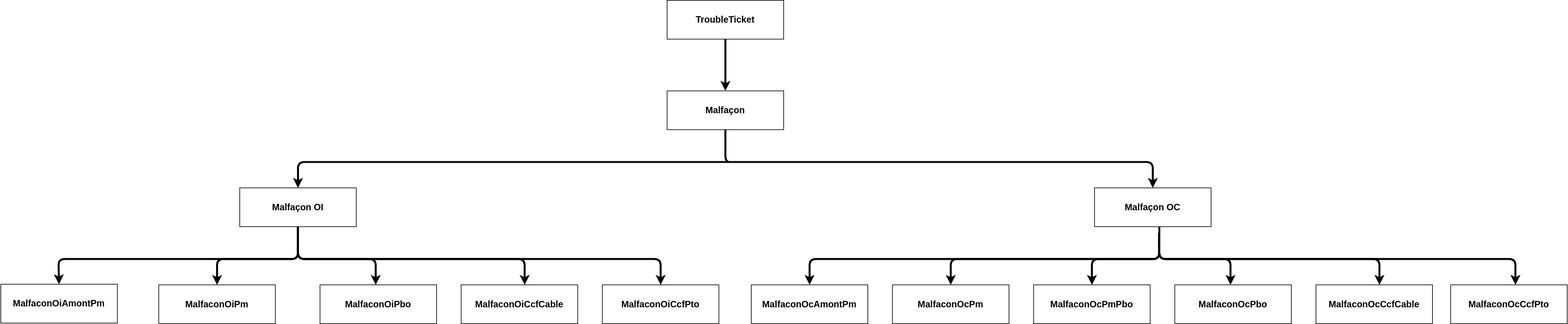
before-interop/malfacon keeps this draw.io diagram as type.drawio.svg. Above is the earlier version. Source tidied: cells renumbered, new cells last; positions are measured from the earlier drawing's top-left corner, leaving out a move shared by most shapes.
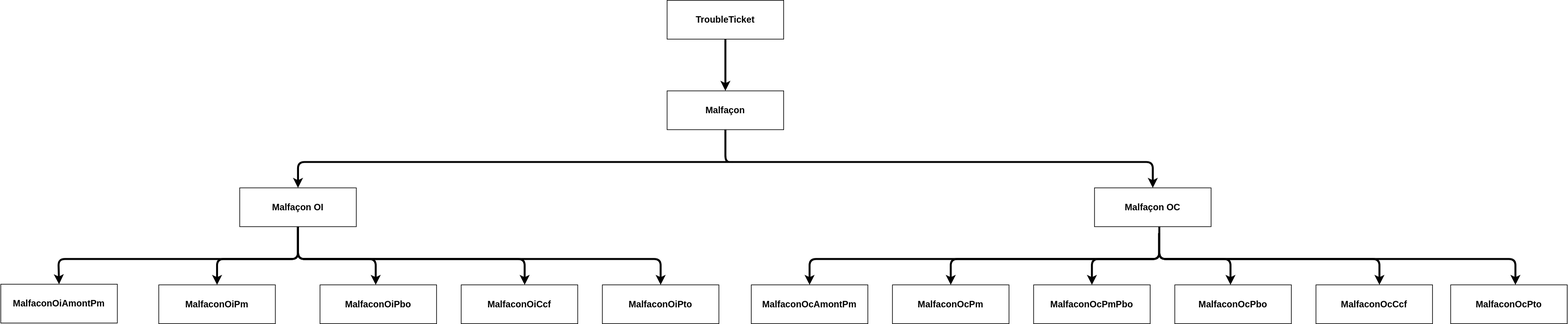
After the commit.

Commit message:
changes MalfaconOiCcf, MalfaconOiPto

The edit, as a diff of the source:
```diff
@@ -29,10 +29,10 @@
     <mxCell id="8" value="MalfaconOiPbo" style="rounded=0;whiteSpace=wrap;html=1;fontStyle=1;fontSize=14;" parent="1" vertex="1">
       <mxGeometry x="493" y="440" width="180" height="60" as="geometry" />
     </mxCell>
-    <mxCell id="9" value="MalfaconOiCcfCable" style="rounded=0;whiteSpace=wrap;html=1;fontStyle=1;fontSize=14;" parent="1" vertex="1">
+    <mxCell id="9" value="MalfaconOiCcf" style="rounded=0;whiteSpace=wrap;html=1;fontStyle=1;fontSize=14;" parent="1" vertex="1">
       <mxGeometry x="711" y="440" width="180" height="60" as="geometry" />
     </mxCell>
-    <mxCell id="10" value="MalfaconOiCcfPto" style="rounded=0;whiteSpace=wrap;html=1;fontStyle=1;fontSize=14;" parent="1" vertex="1">
+    <mxCell id="10" value="MalfaconOiPto" style="rounded=0;whiteSpace=wrap;html=1;fontStyle=1;fontSize=14;" parent="1" vertex="1">
       <mxGeometry x="929" y="440" width="180" height="60" as="geometry" />
     </mxCell>
     <mxCell id="11" style="edgeStyle=orthogonalEdgeStyle;html=1;strokeWidth=3;exitX=0.5;exitY=1;exitDx=0;exitDy=0;entryX=0.5;entryY=0;entryDx=0;entryDy=0;" parent="1" edge="1" source="5" target="6">
@@ -89,10 +89,10 @@
     <mxCell id="19" value="MalfaconOcPbo" style="rounded=0;whiteSpace=wrap;html=1;fontStyle=1;fontSize=14;" parent="1" vertex="1">
       <mxGeometry x="1813" y="440" width="180" height="60" as="geometry" />
     </mxCell>
-    <mxCell id="20" value="MalfaconOcCcfCable" style="rounded=0;whiteSpace=wrap;html=1;fontStyle=1;fontSize=14;" parent="1" vertex="1">
+    <mxCell id="20" value="MalfaconOcCcf" style="rounded=0;whiteSpace=wrap;html=1;fontStyle=1;fontSize=14;" parent="1" vertex="1">
       <mxGeometry x="2031" y="440" width="180" height="60" as="geometry" />
     </mxCell>
-    <mxCell id="21" value="MalfaconOcCcfPto" style="rounded=0;whiteSpace=wrap;html=1;fontStyle=1;fontSize=14;" parent="1" vertex="1">
+    <mxCell id="21" value="MalfaconOcPto" style="rounded=0;whiteSpace=wrap;html=1;fontStyle=1;fontSize=14;" parent="1" vertex="1">
       <mxGeometry x="2239" y="440" width="180" height="60" as="geometry" />
     </mxCell>
     <mxCell id="22" style="edgeStyle=orthogonalEdgeStyle;html=1;strokeWidth=3;exitX=0.5;exitY=1;exitDx=0;exitDy=0;entryX=0.5;entryY=0;entryDx=0;entryDy=0;" parent="1" edge="1" target="17">
```
